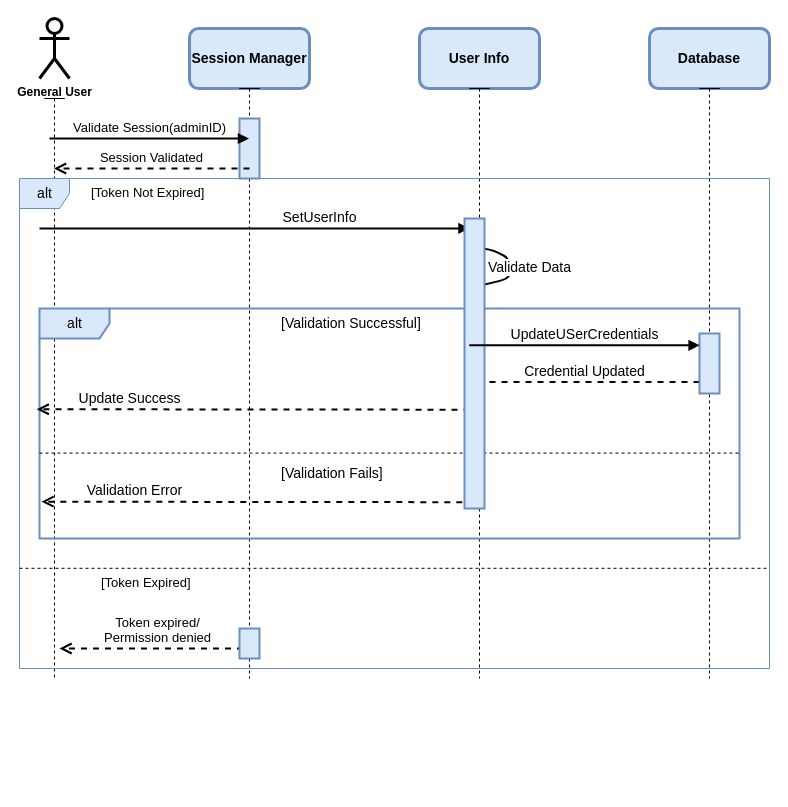
Earlier version of the draw.io diagram UseCase_Diagram/Biruh/setPersonalInfo.dio (Nama21yo/SDS-EMR). Source tidied: cells renumbered, new cells numbered last; positions are measured from the earlier drawing's top-left corner, leaving out a move shared by most shapes. Both pictures are drawn from the tidied source at 100%, with x=0, y=0 at pixel (19, 18).
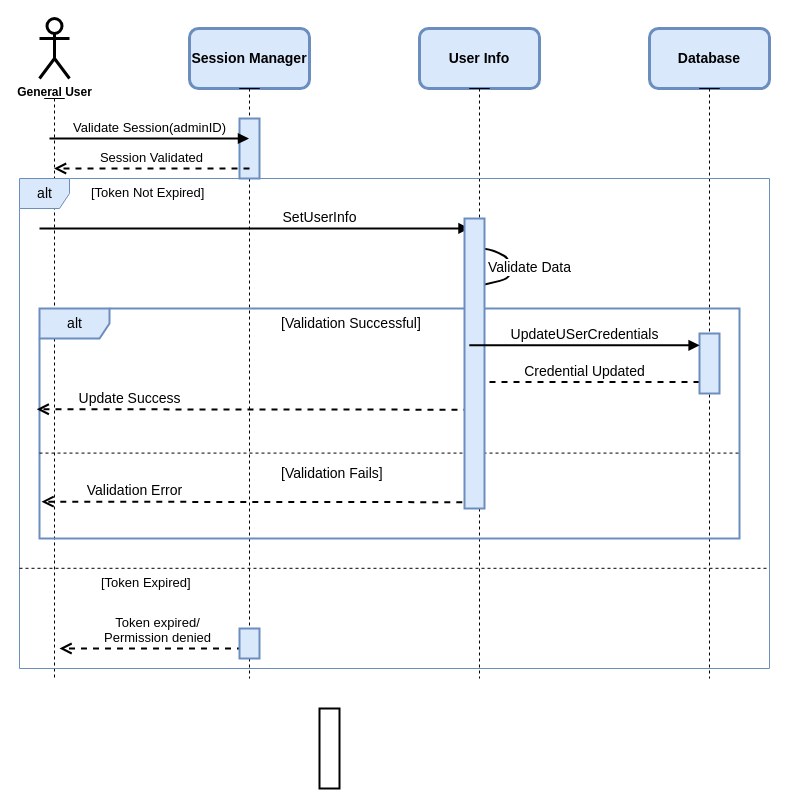
After the change.

What changed in the source:
```diff
@@
+    <mxCell id="31" style="html=1;perimeter=orthogonalPerimeter;fillStyle=solid;strokeWidth=2;fontSize=14;" parent="1" vertex="1">
+      <mxGeometry x="300" y="690" width="20" height="80" as="geometry" />
+    </mxCell>
```
